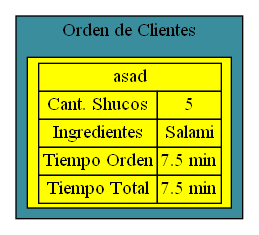
Before: graphviz.png, a diagram exported from Graphviz (ELVISJVV/IPC2_Practica1_202006666). Its source is kept beside it as graphviz.dot. Its diagram source:
```dot
        digraph L{
        node [shape=box fillcolor="#FFEDBB" style = filled]

        subgraph cluster_p{
            label="Orden de Clientes"
            bgcolor = "#398D9C"
        Columna1[label=<<TABLE  BORDER="0" CELLBORDER="1" CELLSPACING="0">
            <TR>
            <TD  colspan="2">asad</TD>
            </TR>

            <TR>

            <TD>Cant. Shucos</TD>
            <TD>5</TD>
            </TR>
            <TR>
            <TD>Ingredientes</TD>
            <TD>Salami<br/></TD>
            </TR >

            <TR>
            <TD>Tiempo Orden</TD>
            <TD>7.5 min</TD>
            </TR>
            <TR>
            <TD>Tiempo Total</TD>
            <TD>7.5 min</TD>
            </TR>

            </TABLE>>, fillcolor=yellow]; {rank = same;Columna1}
        }
        }

```
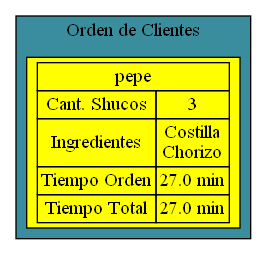
The same file after the commit.

What changed in the source:
```diff
@@ -6,26 +6,26 @@
             bgcolor = "#398D9C"
         Columna1[label=<<TABLE  BORDER="0" CELLBORDER="1" CELLSPACING="0">
             <TR>
-            <TD  colspan="2">asad</TD>
+            <TD  colspan="2">pepe</TD>
             </TR>
 
             <TR>
 
             <TD>Cant. Shucos</TD>
-            <TD>5</TD>
+            <TD>3</TD>
             </TR>
             <TR>
             <TD>Ingredientes</TD>
-            <TD>Salami<br/></TD>
+            <TD>Costilla<br/>Chorizo<br/></TD>
             </TR >
 
             <TR>
             <TD>Tiempo Orden</TD>
-            <TD>7.5 min</TD>
+            <TD>27.0 min</TD>
             </TR>
             <TR>
             <TD>Tiempo Total</TD>
-            <TD>7.5 min</TD>
+            <TD>27.0 min</TD>
             </TR>
 
             </TABLE>>, fillcolor=yellow]; {rank = same;Columna1}
```
